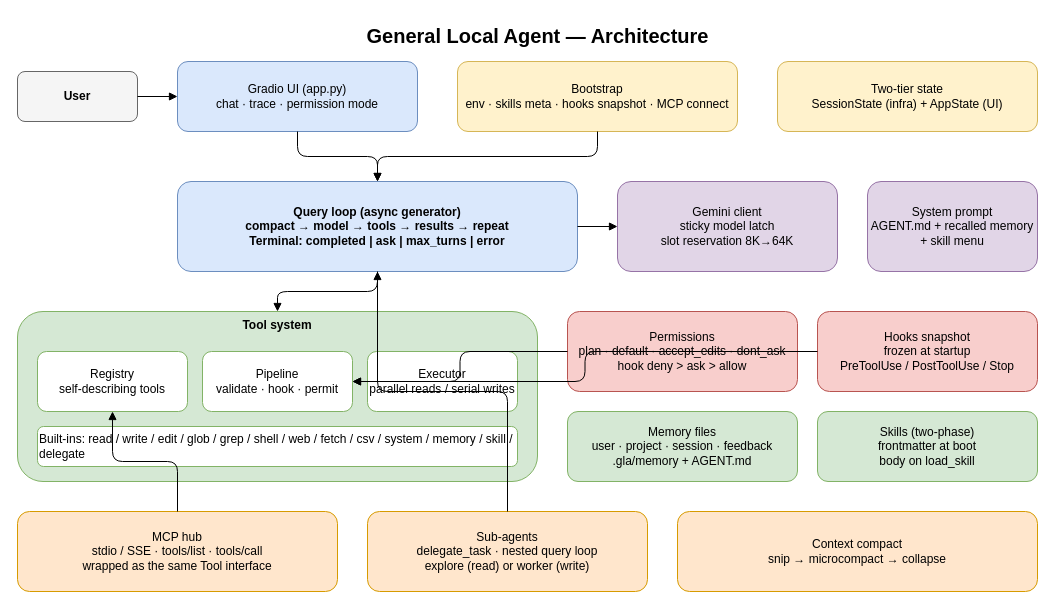
This is docs/diagrams/architecture.drawio from QuantumByte-01/General-Local-Agent, a draw.io file, before an edit. Source tidied: cells renumbered, new cells numbered last; positions are measured from the earlier drawing's top-left corner, leaving out a move shared by most shapes. Both pictures are drawn from the tidied source at 100%, with x=0, y=0 at pixel (17, 17).
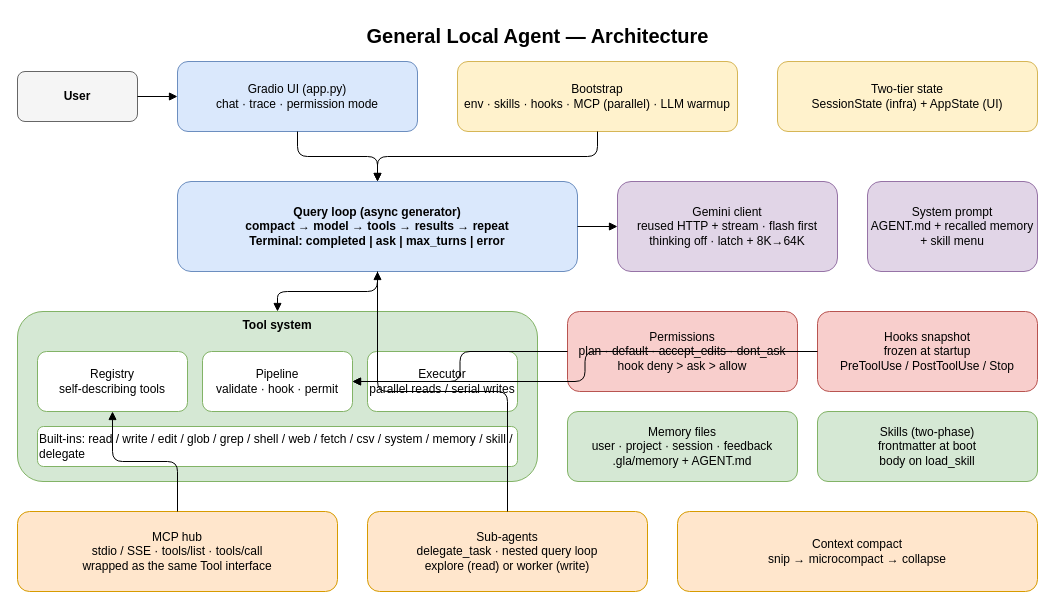
Above is the later version.

Diff of the diagram source:
```diff
@@
-    <mxCell id="5" value="Bootstrap&#10;env · skills meta · hooks snapshot · MCP connect" style="rounded=1;whiteSpace=wrap;html=1;fillColor=#fff2cc;strokeColor=#d6b656;" parent="1" vertex="1">
+    <mxCell id="5" value="Bootstrap&#10;env · skills · hooks · MCP (parallel) · LLM warmup" style="rounded=1;whiteSpace=wrap;html=1;fillColor=#fff2cc;strokeColor=#d6b656;" parent="1" vertex="1">
       <mxGeometry x="440" y="44" width="280" height="70" as="geometry" />
     </mxCell>
@@
-    <mxCell id="8" value="Gemini client&#10;sticky model latch&#10;slot reservation 8K→64K" style="rounded=1;whiteSpace=wrap;html=1;fillColor=#e1d5e7;strokeColor=#9673a6;" parent="1" vertex="1">
+    <mxCell id="8" value="Gemini client&#10;reused HTTP + stream · flash first&#10;thinking off · latch + 8K→64K" style="rounded=1;whiteSpace=wrap;html=1;fillColor=#e1d5e7;strokeColor=#9673a6;" parent="1" vertex="1">
       <mxGeometry x="600" y="164" width="220" height="90" as="geometry" />
     </mxCell>
```
